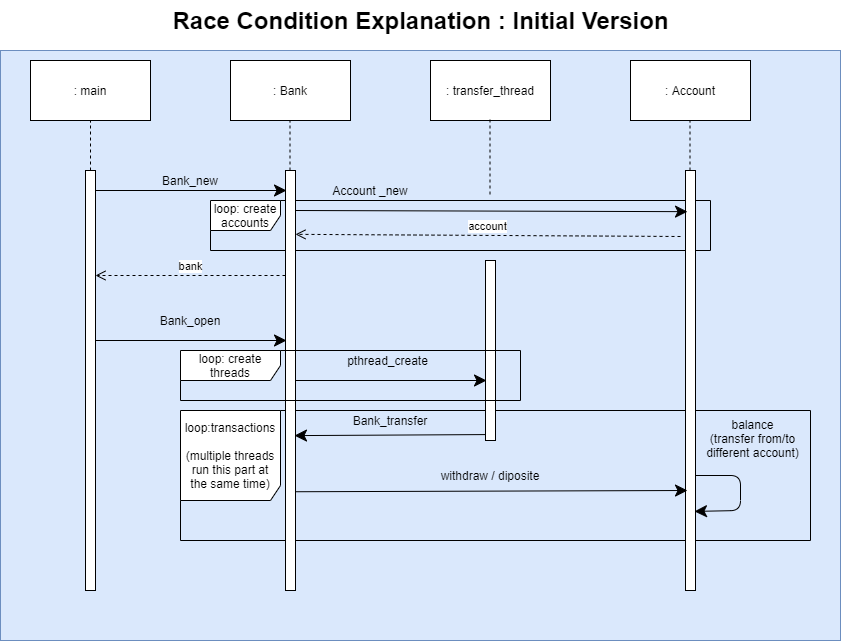
The draw.io diagram RaceCondition_InitialVersion.png in DalvirSingh99/BankSim, before a commit. Source tidied: cells renumbered, new cells last; positions are measured from the earlier drawing's top-left corner, leaving out a move shared by most shapes.
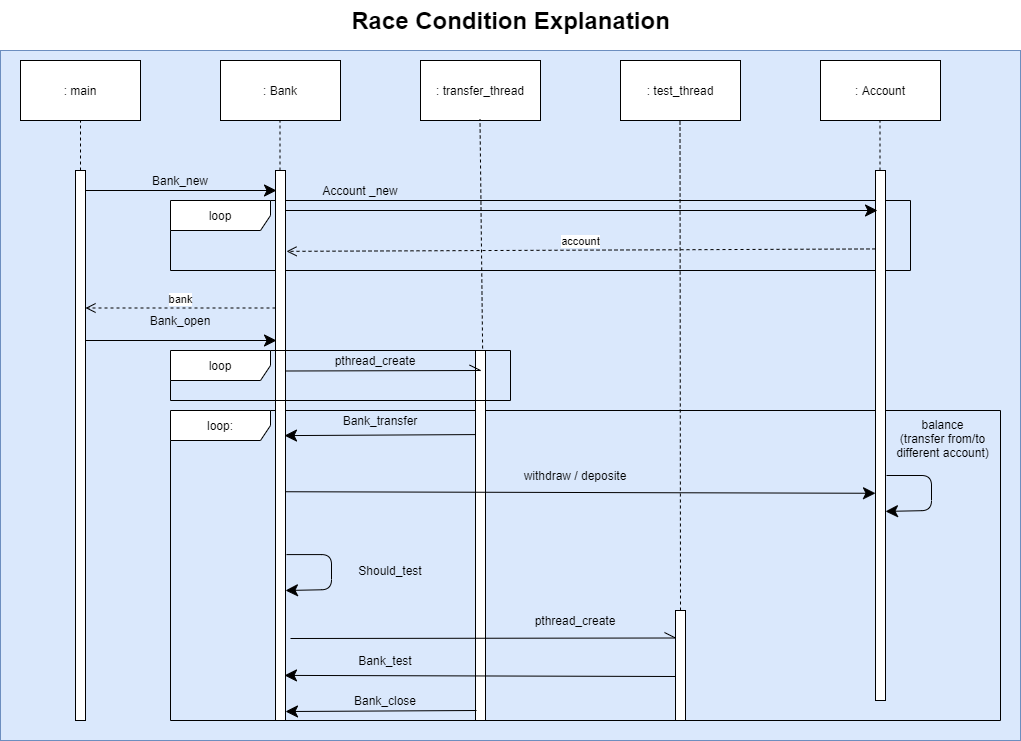
After the change.

Diff of the diagram source:
```diff
@@ -3,32 +3,32 @@
     <mxCell id="0" />
     <mxCell id="1" parent="0" />
     <mxCell id="2" style="rounded=0;whiteSpace=wrap;html=1;fillColor=#dae8fc;strokeColor=#6c8ebf;" parent="1" vertex="1">
-      <mxGeometry y="50" width="840" height="590" as="geometry" />
+      <mxGeometry x="10" y="50" width="1020" height="690" as="geometry" />
     </mxCell>
-    <mxCell id="3" value="loop:transactions&lt;br&gt;&lt;br&gt;(multiple threads run this part at the same time)" style="shape=umlFrame;whiteSpace=wrap;html=1;width=100;height=90;" parent="1" vertex="1">
-      <mxGeometry x="180" y="410" width="630" height="130" as="geometry" />
+    <mxCell id="3" value="loop:" style="shape=umlFrame;whiteSpace=wrap;html=1;width=100;height=30;" parent="1" vertex="1">
+      <mxGeometry x="180" y="410" width="830" height="310" as="geometry" />
     </mxCell>
+    <mxCell id="10" style="rounded=0;whiteSpace=wrap;html=1;" parent="1" vertex="1">
+      <mxGeometry x="485" y="350" width="10" height="370" as="geometry" />
+    </mxCell>
-    <mxCell id="4" value="loop: create accounts" style="shape=umlFrame;whiteSpace=wrap;html=1;width=70;height=30;" parent="1" vertex="1">
-      <mxGeometry x="210" y="200" width="500" height="50" as="geometry" />
+    <mxCell id="4" value="loop" style="shape=umlFrame;whiteSpace=wrap;html=1;width=100;height=30;" parent="1" vertex="1">
+      <mxGeometry x="180" y="200" width="740" height="70" as="geometry" />
     </mxCell>
     <mxCell id="5" value=": main" style="rounded=0;whiteSpace=wrap;html=1;" parent="1" vertex="1">
       <mxGeometry x="30" y="60" width="120" height="60" as="geometry" />
     </mxCell>
     <mxCell id="6" style="rounded=0;whiteSpace=wrap;html=1;" parent="1" vertex="1">
-      <mxGeometry x="85" y="170" width="10" height="420" as="geometry" />
+      <mxGeometry x="85" y="170" width="10" height="550" as="geometry" />
     </mxCell>
     <mxCell id="7" value=": Bank" style="rounded=0;whiteSpace=wrap;html=1;" parent="1" vertex="1">
       <mxGeometry x="230" y="60" width="120" height="60" as="geometry" />
     </mxCell>
     <mxCell id="8" style="rounded=0;whiteSpace=wrap;html=1;" parent="1" vertex="1">
-      <mxGeometry x="285" y="170" width="10" height="420" as="geometry" />
+      <mxGeometry x="285" y="170" width="10" height="550" as="geometry" />
     </mxCell>
     <mxCell id="9" value=": transfer_thread" style="rounded=0;whiteSpace=wrap;html=1;" parent="1" vertex="1">
       <mxGeometry x="430" y="60" width="120" height="60" as="geometry" />
     </mxCell>
-    <mxCell id="10" style="rounded=0;whiteSpace=wrap;html=1;" parent="1" vertex="1">
-      <mxGeometry x="485" y="260" width="10" height="180" as="geometry" />
-    </mxCell>
     <mxCell id="11" style="endArrow=classic;html=1;endSize=10;startSize=10;jumpSize=6;" parent="1" edge="1">
       <mxGeometry relative="1" as="geometry">
         <mxPoint x="95" y="190" as="sourcePoint" />
@@ -36,13 +36,13 @@
       </mxGeometry>
     </mxCell>
     <mxCell id="12" value=": Account" style="rounded=0;whiteSpace=wrap;html=1;" parent="1" vertex="1">
-      <mxGeometry x="630" y="60" width="120" height="60" as="geometry" />
+      <mxGeometry x="830" y="60" width="120" height="60" as="geometry" />
     </mxCell>
     <mxCell id="13" style="rounded=0;whiteSpace=wrap;html=1;" parent="1" vertex="1">
-      <mxGeometry x="685" y="170" width="10" height="420" as="geometry" />
+      <mxGeometry x="885" y="170" width="10" height="530" as="geometry" />
     </mxCell>
-    <mxCell id="14" value="Race Condition Explanation : Initial Version" style="text;strokeColor=none;fillColor=none;html=1;fontSize=24;fontStyle=1;verticalAlign=middle;align=center;" parent="1" vertex="1">
-      <mxGeometry width="840" height="40" as="geometry" />
+    <mxCell id="14" value="Race Condition Explanation" style="text;strokeColor=none;fillColor=none;html=1;fontSize=24;fontStyle=1;verticalAlign=middle;align=center;" parent="1" vertex="1">
+      <mxGeometry x="10" width="1020" height="40" as="geometry" />
     </mxCell>
     <mxCell id="15" style="endArrow=none;dashed=1;html=1;exitX=0.5;exitY=0;exitDx=0;exitDy=0;entryX=0.5;entryY=1;entryDx=0;entryDy=0;" parent="1" edge="1" source="6" target="5">
       <mxGeometry relative="1" as="geometry" />
@@ -53,30 +53,28 @@
         <mxPoint x="289.5" y="120" as="targetPoint" />
       </mxGeometry>
     </mxCell>
-    <mxCell id="17" style="endArrow=none;dashed=1;html=1;exitX=0.5;exitY=0;exitDx=0;exitDy=0;entryX=0.5;entryY=1;entryDx=0;entryDy=0;" parent="1" edge="1">
+    <mxCell id="17" style="endArrow=none;dashed=1;html=1;exitX=0.918;exitY=-0.04;exitDx=0;exitDy=0;entryX=0.5;entryY=1;entryDx=0;entryDy=0;exitPerimeter=0;" parent="1" edge="1" source="34">
       <mxGeometry relative="1" as="geometry">
-        <mxPoint x="489.5" y="194" as="sourcePoint" />
         <mxPoint x="489.5" y="119" as="targetPoint" />
       </mxGeometry>
     </mxCell>
     <mxCell id="18" style="endArrow=none;dashed=1;html=1;exitX=0.5;exitY=0;exitDx=0;exitDy=0;entryX=0.5;entryY=1;entryDx=0;entryDy=0;" parent="1" edge="1">
       <mxGeometry relative="1" as="geometry">
-        <mxPoint x="689.5" y="170" as="sourcePoint" />
-        <mxPoint x="689.5" y="120" as="targetPoint" />
+        <mxPoint x="889.5" y="170" as="sourcePoint" />
+        <mxPoint x="889.5" y="120" as="targetPoint" />
       </mxGeometry>
     </mxCell>
     <mxCell id="19" value="Bank_new" style="text;html=1;strokeColor=none;fillColor=none;align=center;verticalAlign=middle;whiteSpace=wrap;rounded=0;" parent="1" vertex="1">
       <mxGeometry x="100" y="170" width="180" height="20" as="geometry" />
     </mxCell>
-    <mxCell id="20" style="endArrow=classic;html=1;endSize=10;startSize=10;jumpSize=6;entryX=0.2;entryY=0.098;entryDx=0;entryDy=0;entryPerimeter=0;" parent="1" edge="1" target="13">
+    <mxCell id="20" style="endArrow=classic;html=1;endSize=10;startSize=10;jumpSize=6;" parent="1" edge="1">
       <mxGeometry relative="1" as="geometry">
         <mxPoint x="295" y="210" as="sourcePoint" />
+        <mxPoint x="887" y="210" as="targetPoint" />
       </mxGeometry>
     </mxCell>
-    <mxCell id="21" value="account" style="html=1;verticalAlign=bottom;endArrow=open;dashed=1;endSize=8;entryX=1;entryY=0.152;entryDx=0;entryDy=0;entryPerimeter=0;" parent="1" edge="1" target="8">
-      <mxGeometry relative="1" as="geometry">
-        <mxPoint x="680" y="236" as="sourcePoint" />
-      </mxGeometry>
+    <mxCell id="21" value="account" style="html=1;verticalAlign=bottom;endArrow=open;dashed=1;endSize=8;entryX=1.1;entryY=0.147;entryDx=0;entryDy=0;entryPerimeter=0;exitX=0;exitY=0.148;exitDx=0;exitDy=0;exitPerimeter=0;" parent="1" edge="1" source="13" target="8">
+      <mxGeometry relative="1" as="geometry" />
     </mxCell>
     <mxCell id="22" value="bank" style="html=1;verticalAlign=bottom;endArrow=open;dashed=1;endSize=8;exitX=0;exitY=0.25;exitDx=0;exitDy=0;entryX=1;entryY=0.25;entryDx=0;entryDy=0;" parent="1" edge="1" source="8" target="6">
       <mxGeometry relative="1" as="geometry" />
@@ -93,14 +91,13 @@
     <mxCell id="25" value="Bank_open" style="text;html=1;strokeColor=none;fillColor=none;align=center;verticalAlign=middle;whiteSpace=wrap;rounded=0;" parent="1" vertex="1">
       <mxGeometry x="100" y="310" width="180" height="20" as="geometry" />
     </mxCell>
-    <mxCell id="26" style="endArrow=classic;html=1;endSize=10;startSize=10;jumpSize=6;" parent="1" edge="1">
+    <mxCell id="26" style="endArrow=openAsync;html=1;endSize=10;startSize=10;jumpSize=6;endFill=0;entryX=0;entryY=0.25;entryDx=0;entryDy=0;" parent="1" edge="1" target="37">
       <mxGeometry relative="1" as="geometry">
-        <mxPoint x="295" y="380" as="sourcePoint" />
-        <mxPoint x="486" y="380" as="targetPoint" />
+        <mxPoint x="300" y="638" as="sourcePoint" />
       </mxGeometry>
     </mxCell>
     <mxCell id="27" value="pthread_create" style="text;html=1;strokeColor=none;fillColor=none;align=center;verticalAlign=middle;whiteSpace=wrap;rounded=0;" parent="1" vertex="1">
-      <mxGeometry x="295" y="350" width="185" height="20" as="geometry" />
+      <mxGeometry x="495" y="610" width="180" height="20" as="geometry" />
     </mxCell>
     <mxCell id="28" style="endArrow=classic;html=1;endSize=10;startSize=10;jumpSize=6;exitX=0;exitY=0.856;exitDx=0;exitDy=0;exitPerimeter=0;entryX=0.9;entryY=0.43;entryDx=0;entryDy=0;entryPerimeter=0;" parent="1" edge="1">
       <mxGeometry relative="1" as="geometry">
@@ -111,30 +108,77 @@
     <mxCell id="29" value="Bank_transfer" style="text;html=1;strokeColor=none;fillColor=none;align=center;verticalAlign=middle;whiteSpace=wrap;rounded=0;" parent="1" vertex="1">
       <mxGeometry x="300" y="410" width="180" height="20" as="geometry" />
     </mxCell>
-    <mxCell id="30" value="withdraw / diposite" style="text;html=1;strokeColor=none;fillColor=none;align=center;verticalAlign=middle;whiteSpace=wrap;rounded=0;" parent="1" vertex="1">
-      <mxGeometry x="300" y="465" width="380" height="20" as="geometry" />
+    <mxCell id="30" value="withdraw / deposite" style="text;html=1;strokeColor=none;fillColor=none;align=center;verticalAlign=middle;whiteSpace=wrap;rounded=0;" parent="1" vertex="1">
+      <mxGeometry x="300" y="465" width="570" height="20" as="geometry" />
     </mxCell>
-    <mxCell id="31" style="endArrow=classic;html=1;endSize=10;startSize=10;jumpSize=6;entryX=0.2;entryY=0.068;entryDx=0;entryDy=0;entryPerimeter=0;" parent="1" edge="1">
+    <mxCell id="31" style="endArrow=classic;html=1;endSize=10;startSize=10;jumpSize=6;entryX=0;entryY=0.609;entryDx=0;entryDy=0;entryPerimeter=0;" parent="1" edge="1" target="13">
       <mxGeometry relative="1" as="geometry">
         <mxPoint x="295" y="491.2" as="sourcePoint" />
-        <mxPoint x="687" y="490" as="targetPoint" />
       </mxGeometry>
     </mxCell>
     <mxCell id="32" style="endArrow=classic;html=1;endSize=10;startSize=10;jumpSize=6;exitX=1;exitY=0.5;exitDx=0;exitDy=0;entryX=0.9;entryY=0.563;entryDx=0;entryDy=0;entryPerimeter=0;" parent="1" edge="1">
       <mxGeometry relative="1" as="geometry">
-        <mxPoint x="695" y="475" as="sourcePoint" />
-        <mxPoint x="694" y="510.9" as="targetPoint" />
+        <mxPoint x="896" y="475" as="sourcePoint" />
+        <mxPoint x="895" y="510.9" as="targetPoint" />
         <Array as="points">
-          <mxPoint x="740" y="475" />
-          <mxPoint x="740" y="510" />
+          <mxPoint x="941" y="475" />
+          <mxPoint x="941" y="510" />
         </Array>
       </mxGeometry>
     </mxCell>
     <mxCell id="33" value="balance&lt;br&gt;(transfer from/to different account)" style="text;html=1;strokeColor=none;fillColor=none;align=center;verticalAlign=middle;whiteSpace=wrap;rounded=0;" parent="1" vertex="1">
-      <mxGeometry x="695" y="410" width="115" height="55" as="geometry" />
+      <mxGeometry x="895" y="410" width="115" height="55" as="geometry" />
     </mxCell>
+    <mxCell id="35" value=": test_thread" style="rounded=0;whiteSpace=wrap;html=1;" parent="1" vertex="1">
+      <mxGeometry x="630" y="60" width="120" height="60" as="geometry" />
+    </mxCell>
+    <mxCell id="36" style="endArrow=none;dashed=1;html=1;exitX=0.5;exitY=0;exitDx=0;exitDy=0;entryX=0.5;entryY=1;entryDx=0;entryDy=0;" parent="1" edge="1" source="37">
+      <mxGeometry relative="1" as="geometry">
+        <mxPoint x="689.5" y="119" as="targetPoint" />
+      </mxGeometry>
+    </mxCell>
+    <mxCell id="37" style="rounded=0;whiteSpace=wrap;html=1;" parent="1" vertex="1">
+      <mxGeometry x="685" y="610" width="10" height="110" as="geometry" />
+    </mxCell>
+    <mxCell id="38" value="Should_test" style="text;html=1;strokeColor=none;fillColor=none;align=center;verticalAlign=middle;whiteSpace=wrap;rounded=0;" parent="1" vertex="1">
+      <mxGeometry x="340" y="560" width="120" height="20" as="geometry" />
+    </mxCell>
+    <mxCell id="39" style="endArrow=classic;html=1;endSize=10;startSize=10;jumpSize=6;exitX=1;exitY=0.5;exitDx=0;exitDy=0;entryX=0.9;entryY=0.563;entryDx=0;entryDy=0;entryPerimeter=0;" parent="1" edge="1">
+      <mxGeometry relative="1" as="geometry">
+        <mxPoint x="296" y="554.1" as="sourcePoint" />
+        <mxPoint x="295" y="590" as="targetPoint" />
+        <Array as="points">
+          <mxPoint x="341" y="554.1" />
+          <mxPoint x="341" y="589.1" />
+        </Array>
+      </mxGeometry>
+    </mxCell>
+    <mxCell id="40" style="endArrow=classic;html=1;endSize=10;startSize=10;jumpSize=6;exitX=0;exitY=0.6;exitDx=0;exitDy=0;exitPerimeter=0;entryX=0.9;entryY=0.918;entryDx=0;entryDy=0;entryPerimeter=0;" parent="1" edge="1" source="37" target="8">
+      <mxGeometry relative="1" as="geometry" />
+    </mxCell>
+    <mxCell id="41" value="Bank_test" style="text;html=1;strokeColor=none;fillColor=none;align=center;verticalAlign=middle;whiteSpace=wrap;rounded=0;" parent="1" vertex="1">
+      <mxGeometry x="335" y="650" width="120" height="20" as="geometry" />
+    </mxCell>
+    <mxCell id="42" style="endArrow=classic;html=1;endSize=10;startSize=10;jumpSize=6;exitX=0;exitY=0.856;exitDx=0;exitDy=0;exitPerimeter=0;entryX=0.9;entryY=0.43;entryDx=0;entryDy=0;entryPerimeter=0;" parent="1" edge="1">
+      <mxGeometry relative="1" as="geometry">
+        <mxPoint x="486" y="710" as="sourcePoint" />
+        <mxPoint x="295" y="711" as="targetPoint" />
+      </mxGeometry>
+    </mxCell>
+    <mxCell id="43" value="Bank_close" style="text;html=1;strokeColor=none;fillColor=none;align=center;verticalAlign=middle;whiteSpace=wrap;rounded=0;" parent="1" vertex="1">
+      <mxGeometry x="330" y="690" width="130" height="20" as="geometry" />
+    </mxCell>
+    <mxCell id="44" style="endArrow=openAsync;html=1;endSize=10;startSize=10;jumpSize=6;endFill=0;" parent="1" edge="1">
+      <mxGeometry relative="1" as="geometry">
+        <mxPoint x="295" y="370.5" as="sourcePoint" />
+        <mxPoint x="490" y="370" as="targetPoint" />
+      </mxGeometry>
+    </mxCell>
-    <mxCell id="34" value="loop: create threads" style="shape=umlFrame;whiteSpace=wrap;html=1;width=100;height=30;" parent="1" vertex="1">
+    <mxCell id="34" value="loop" style="shape=umlFrame;whiteSpace=wrap;html=1;width=100;height=30;" parent="1" vertex="1">
       <mxGeometry x="180" y="350" width="340" height="50" as="geometry" />
     </mxCell>
+    <mxCell id="45" value="pthread_create" style="text;html=1;strokeColor=none;fillColor=none;align=center;verticalAlign=middle;whiteSpace=wrap;rounded=0;" parent="1" vertex="1">
+      <mxGeometry x="295" y="350" width="180" height="20" as="geometry" />
+    </mxCell>
   </root>
 </mxGraphModel>
```
